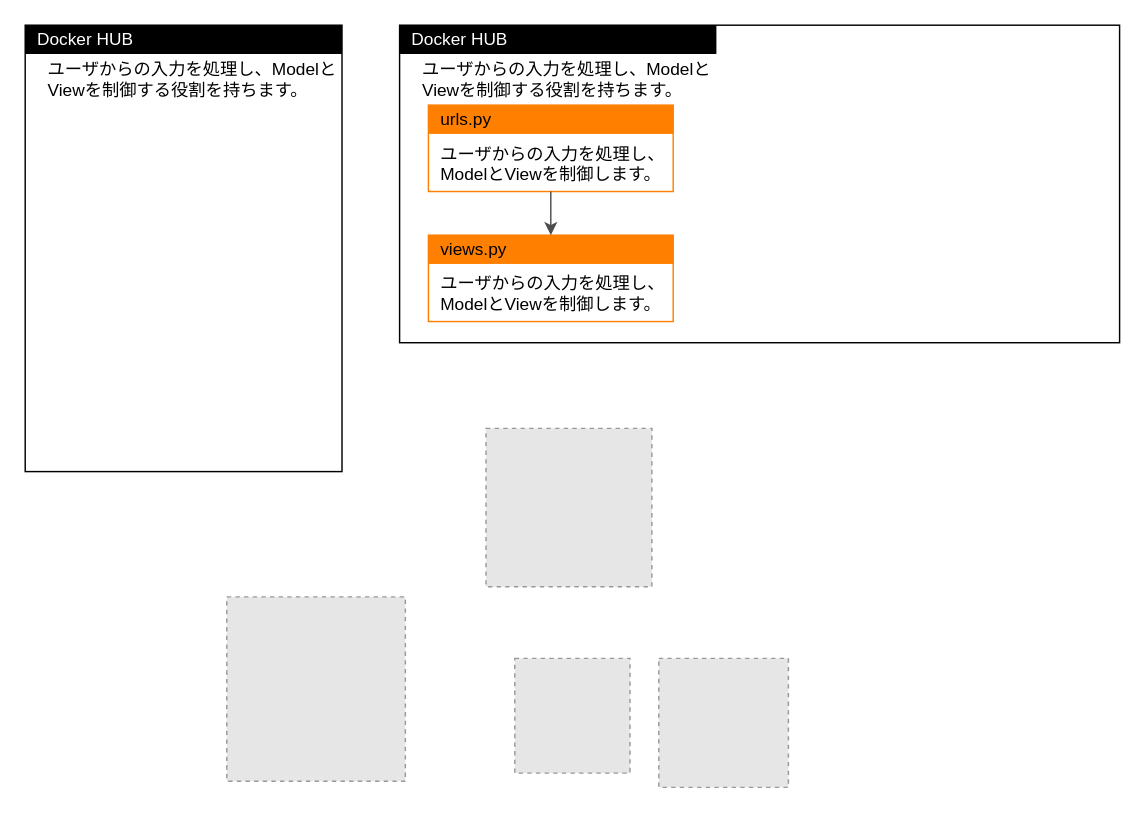
The draw.io diagram AWS研修_dockerイメージ.drawio in reizo0901/Doc, before the edit. Source tidied: cells renumbered, new cells numbered last; positions are measured from the earlier drawing's top-left corner, leaving out a move shared by most shapes. Both pictures are drawn from the tidied source at 144%, with x=0, y=0 at pixel (24, 24). Pictures stored in the file or linked from it are replaced by grey dashed boxes.
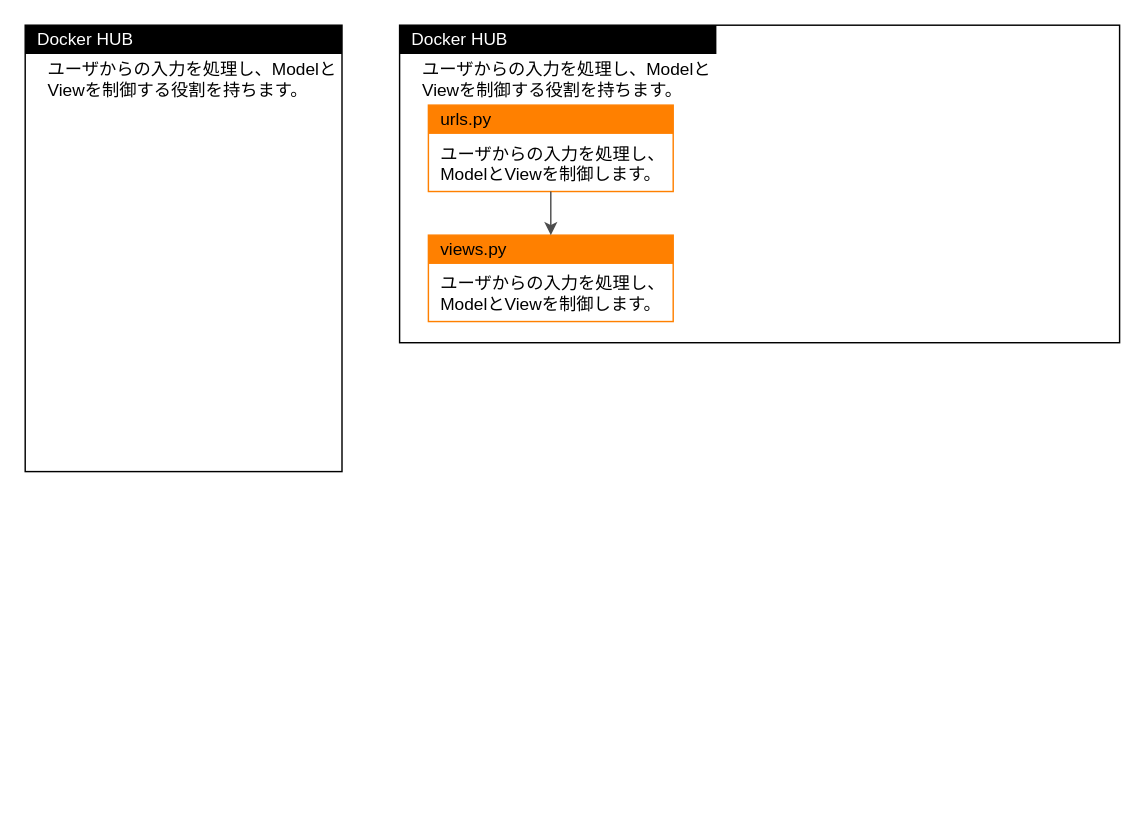
The same page after the edit.

Commit message (it also covers changes not shown here):
AWS研修_dockerイメージ.drawio を更新します

Change to the diagram source:
```diff
@@
 <mxGraphModel>
   <root>
     <mxCell id="0" />
     <mxCell id="1" parent="0" />
     <mxCell id="2" style="rounded=0;whiteSpace=wrap;html=1;" parent="1" vertex="1">
       <mxGeometry width="220" height="310" as="geometry" />
     </mxCell>
     <mxCell id="3" value="&amp;nbsp; Docker HUB" style="text;html=1;strokeColor=none;fillColor=#000000;align=left;verticalAlign=middle;whiteSpace=wrap;rounded=0;fontSize=12;fontStyle=0;fontColor=#FFFFFF;" parent="1" vertex="1">
       <mxGeometry width="220" height="20" as="geometry" />
     </mxCell>
     <mxCell id="4" value="ユーザからの入力を処理し、Modelと&lt;br&gt;Viewを制御する役割を持ちます。" style="text;html=1;strokeColor=none;fillColor=none;align=left;verticalAlign=middle;whiteSpace=wrap;rounded=0;" parent="1" vertex="1">
       <mxGeometry x="13.8" y="22.5" width="206.2" height="30" as="geometry" />
     </mxCell>
     <mxCell id="5" style="rounded=0;whiteSpace=wrap;html=1;" parent="1" vertex="1">
       <mxGeometry x="260" width="500" height="220.5" as="geometry" />
     </mxCell>
     <mxCell id="6" value="&amp;nbsp; Docker HUB" style="text;html=1;strokeColor=none;fillColor=#000000;align=left;verticalAlign=middle;whiteSpace=wrap;rounded=0;fontSize=12;fontStyle=0;fontColor=#FFFFFF;" parent="1" vertex="1">
       <mxGeometry x="260" width="220" height="20" as="geometry" />
     </mxCell>
     <mxCell id="7" style="rounded=0;whiteSpace=wrap;html=1;strokeColor=#ff8000;" parent="1" vertex="1">
       <mxGeometry x="280" y="55.5" width="170" height="60" as="geometry" />
     </mxCell>
     <mxCell id="8" value="&amp;nbsp; ユーザからの入力を処理し、&lt;br&gt;&amp;nbsp; ModelとViewを制御します。" style="text;html=1;strokeColor=none;fillColor=none;align=left;verticalAlign=top;whiteSpace=wrap;rounded=0;" parent="1" vertex="1">
       <mxGeometry x="280" y="75.5" width="170" height="40" as="geometry" />
     </mxCell>
     <mxCell id="9" value="&amp;nbsp; urls.py" style="text;html=1;strokeColor=none;fillColor=#FF8000;align=left;verticalAlign=middle;whiteSpace=wrap;rounded=0;fontSize=12;fontStyle=0;" parent="1" vertex="1">
       <mxGeometry x="280" y="55.5" width="170" height="20" as="geometry" />
     </mxCell>
     <mxCell id="10" style="rounded=0;whiteSpace=wrap;html=1;strokeColor=#ff8000;" parent="1" vertex="1">
       <mxGeometry x="280" y="145.8" width="170" height="60" as="geometry" />
     </mxCell>
     <mxCell id="11" value="&amp;nbsp; views.py" style="text;html=1;strokeColor=none;fillColor=#FF8000;align=left;verticalAlign=middle;whiteSpace=wrap;rounded=0;fontSize=12;fontStyle=0;" parent="1" vertex="1">
       <mxGeometry x="280" y="145.8" width="170" height="20" as="geometry" />
     </mxCell>
     <mxCell id="12" value="&amp;nbsp; ユーザからの入力を処理し、&lt;br&gt;&amp;nbsp; ModelとViewを制御します。" style="text;html=1;strokeColor=none;fillColor=none;align=left;verticalAlign=top;whiteSpace=wrap;rounded=0;" parent="1" vertex="1">
       <mxGeometry x="280" y="165.8" width="170" height="40" as="geometry" />
     </mxCell>
     <mxCell id="13" style="endArrow=classic;html=1;rounded=0;strokeWidth=1;entryX=0.5;entryY=0;entryDx=0;entryDy=0;exitX=0.5;exitY=1;exitDx=0;exitDy=0;strokeColor=#4D4D4D;" parent="1" edge="1" source="8" target="11">
       <mxGeometry relative="1" as="geometry" />
     </mxCell>
     <mxCell id="14" value="ユーザからの入力を処理し、Modelと&lt;br&gt;Viewを制御する役割を持ちます。" style="text;html=1;strokeColor=none;fillColor=none;align=left;verticalAlign=middle;whiteSpace=wrap;rounded=0;" parent="1" vertex="1">
       <mxGeometry x="273.8" y="22.5" width="206.2" height="30" as="geometry" />
     </mxCell>
-    <mxCell id="15" style="fillColor=#E6E6E6;strokeColor=#999999;dashed=1;verticalLabelPosition=bottom;labelBackgroundColor=default;verticalAlign=top;" parent="1" vertex="1">
-      <mxGeometry x="340" y="439.7" width="80" height="79.7" as="geometry" />
-    </mxCell>
-    <mxCell id="16" style="fillColor=#E6E6E6;strokeColor=#999999;dashed=1;verticalLabelPosition=bottom;labelBackgroundColor=default;verticalAlign=top;" parent="1" vertex="1">
-      <mxGeometry x="440" y="439.7" width="90" height="89.6" as="geometry" />
-    </mxCell>
-    <mxCell id="17" style="fillColor=#E6E6E6;strokeColor=#999999;dashed=1;verticalLabelPosition=bottom;labelBackgroundColor=default;verticalAlign=top;" parent="1" vertex="1">
-      <mxGeometry x="320" y="280" width="115.2" height="110" as="geometry" />
-    </mxCell>
-    <mxCell id="18" style="fillColor=#E6E6E6;strokeColor=#999999;dashed=1;verticalLabelPosition=bottom;labelBackgroundColor=default;verticalAlign=top;" parent="1" vertex="1">
-      <mxGeometry x="140" y="397" width="124" height="128" as="geometry" />
-    </mxCell>
   </root>
 </mxGraphModel>
```
